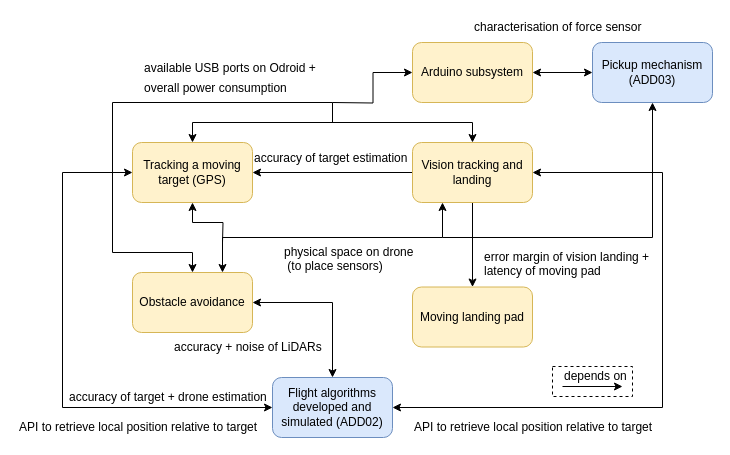
The draw.io diagram dependency_graph.drawio in prasannawilliams/high-level-architecture, before the edit. Source tidied: cells renumbered, new cells numbered last; positions are measured from the earlier drawing's top-left corner, leaving out a move shared by most shapes. Both pictures are drawn from the tidied source at 100%, with x=0, y=0 at pixel (17, 17).
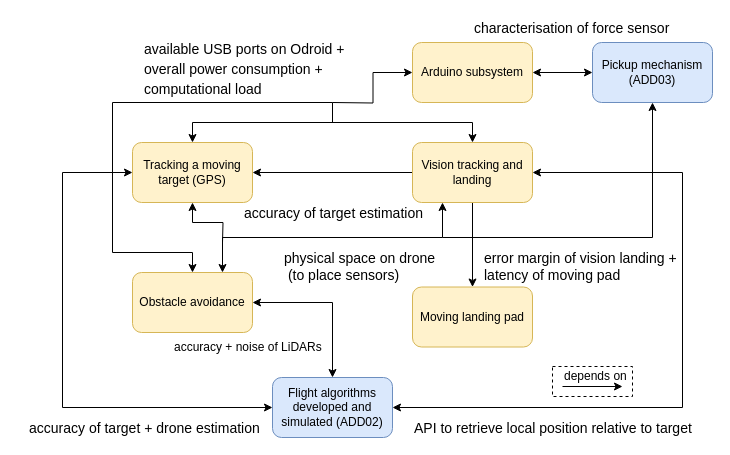
The same page after the edit.

Unchanged cells that the change refers to:
```xml
<mxCell id="17" value="Vision tracking and landing" style="rounded=1;whiteSpace=wrap;html=1;fillColor=#fff2cc;strokeColor=#d6b656;" parent="1" vertex="1">
  <mxGeometry x="395" y="125" width="120" height="60" as="geometry" />
</mxCell>
<mxCell id="25" value="Flight algorithms developed and simulated (ADD02)" style="rounded=1;whiteSpace=wrap;html=1;fillColor=#dae8fc;strokeColor=#6c8ebf;" parent="1" vertex="1">
  <mxGeometry x="255" y="360" width="120" height="60" as="geometry" />
</mxCell>
```

The edit, as a diff of the source:
```diff
@@
     <mxCell id="16" style="edgeStyle=orthogonalEdgeStyle;rounded=0;jettySize=auto;html=1;entryX=1;entryY=0.5;entryDx=0;entryDy=0;startArrow=classic;startFill=1;endArrow=classic;endFill=1;" parent="1" edge="1" source="17" target="25">
       <mxGeometry relative="1" as="geometry">
         <Array as="points">
-          <mxPoint x="645" y="155" />
-          <mxPoint x="645" y="390" />
+          <mxPoint x="665" y="155" />
+          <mxPoint x="665" y="390" />
         </Array>
       </mxGeometry>
     </mxCell>
@@
-    <mxCell id="18" value="accuracy of target estimation&lt;br&gt;" style="text;html=1;align=left;verticalAlign=top;spacingTop=-4;" parent="1" vertex="1">
-      <mxGeometry x="235" y="131" width="170" height="20" as="geometry" />
+    <mxCell id="18" value="accuracy of target estimation&lt;br style=&quot;font-size: 14px;&quot;&gt;" style="text;html=1;align=left;verticalAlign=top;spacingTop=-4;fontSize=14;" parent="1" vertex="1">
+      <mxGeometry x="225" y="185" width="170" height="20" as="geometry" />
     </mxCell>
-    <mxCell id="19" value="error margin of vision landing +&lt;br&gt;latency of moving pad&lt;br&gt;" style="text;html=1;align=left;verticalAlign=top;spacingTop=-4;" parent="1" vertex="1">
+    <mxCell id="19" value="error margin of vision landing +&lt;br style=&quot;font-size: 14px;&quot;&gt;latency of moving pad&lt;br style=&quot;font-size: 14px;&quot;&gt;" style="text;html=1;align=left;verticalAlign=top;spacingTop=-4;fontSize=14;" parent="1" vertex="1">
       <mxGeometry x="465" y="230" width="180" height="30" as="geometry" />
     </mxCell>
-    <mxCell id="20" value="physical space on drone&lt;br&gt;&amp;nbsp;(to place sensors)" style="text;html=1;align=left;verticalAlign=top;spacingTop=-4;" parent="1" vertex="1">
-      <mxGeometry x="265" y="225" width="140" height="30" as="geometry" />
+    <mxCell id="20" value="physical space on drone&lt;br style=&quot;font-size: 14px;&quot;&gt;&amp;nbsp;(to place sensors)" style="text;html=1;align=left;verticalAlign=top;spacingTop=-4;fontSize=14;" parent="1" vertex="1">
+      <mxGeometry x="265" y="230" width="140" height="30" as="geometry" />
     </mxCell>
-    <mxCell id="21" value="overall power consumption" style="text;html=1;align=left;verticalAlign=top;spacingTop=-4;" parent="1" vertex="1">
-      <mxGeometry x="125" y="61" width="160" height="20" as="geometry" />
+    <mxCell id="21" value="overall power consumption +" style="text;html=1;align=left;verticalAlign=top;spacingTop=-4;fontSize=14;" parent="1" vertex="1">
+      <mxGeometry x="125" y="41" width="190" height="20" as="geometry" />
     </mxCell>
-    <mxCell id="22" value="available USB ports on Odroid +" style="text;html=1;align=left;verticalAlign=top;spacingTop=-4;" parent="1" vertex="1">
-      <mxGeometry x="125" y="41" width="190" height="20" as="geometry" />
+    <mxCell id="22" value="available USB ports on Odroid +" style="text;html=1;align=left;verticalAlign=top;spacingTop=-4;fontSize=14;" parent="1" vertex="1">
+      <mxGeometry x="125" y="21" width="190" height="20" as="geometry" />
     </mxCell>
@@
-    <mxCell id="27" value="API to retrieve local position relative to target" style="text;html=1;align=left;verticalAlign=top;spacingTop=-4;" parent="1" vertex="1">
+    <mxCell id="27" value="API to retrieve local position relative to target" style="text;html=1;align=left;verticalAlign=top;spacingTop=-4;fontSize=14;" parent="1" vertex="1">
       <mxGeometry x="395" y="400" width="250" height="20" as="geometry" />
     </mxCell>
-    <mxCell id="28" value="API to retrieve local position relative to target" style="text;html=1;align=left;verticalAlign=top;spacingTop=-4;" parent="1" vertex="1">
-      <mxGeometry y="400" width="250" height="20" as="geometry" />
-    </mxCell>
-    <mxCell id="29" value="accuracy of target + drone estimation&lt;br&gt;" style="text;html=1;align=left;verticalAlign=top;spacingTop=-4;" parent="1" vertex="1">
-      <mxGeometry x="50" y="370" width="210" height="20" as="geometry" />
+    <mxCell id="29" value="accuracy of target + drone estimation&lt;br style=&quot;font-size: 14px;&quot;&gt;" style="text;html=1;align=left;verticalAlign=top;spacingTop=-4;fontSize=14;" parent="1" vertex="1">
+      <mxGeometry x="10" y="400" width="210" height="20" as="geometry" />
     </mxCell>
@@
-    <mxCell id="33" value="characterisation of force sensor" style="text;html=1;align=left;verticalAlign=top;spacingTop=-4;" parent="1" vertex="1">
+    <mxCell id="33" value="characterisation of force sensor" style="text;html=1;align=left;verticalAlign=top;spacingTop=-4;fontSize=14;" parent="1" vertex="1">
       <mxGeometry x="455" width="180" height="20" as="geometry" />
     </mxCell>
+    <mxCell id="34" value="computational load" style="text;html=1;align=left;verticalAlign=top;spacingTop=-4;fontSize=14;" parent="1" vertex="1">
+      <mxGeometry x="125" y="61" width="130" height="20" as="geometry" />
+    </mxCell>
```
